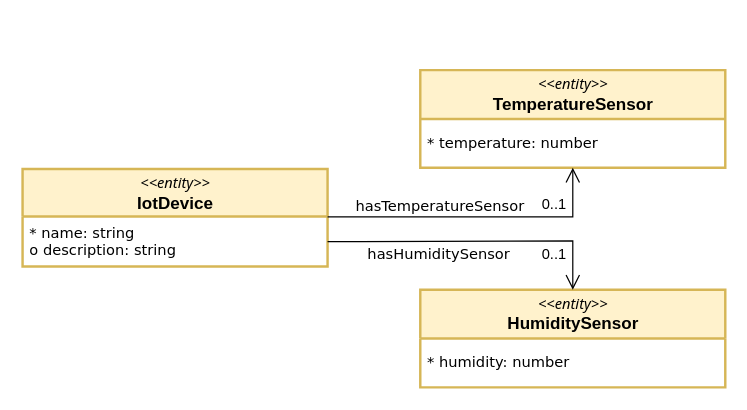
The draw.io diagram page "schema" (1 of 3) of resources/images/iot-sensors-information-model.drawio in giros-dit/ngsi-ld-client-tester, before the edit. Source tidied: cells renumbered, new cells numbered last; positions are measured from the earlier drawing's top-left corner, leaving out a move shared by most shapes. Both pictures are drawn from the tidied source at 122%, with x=0, y=0 at pixel (22, 70).
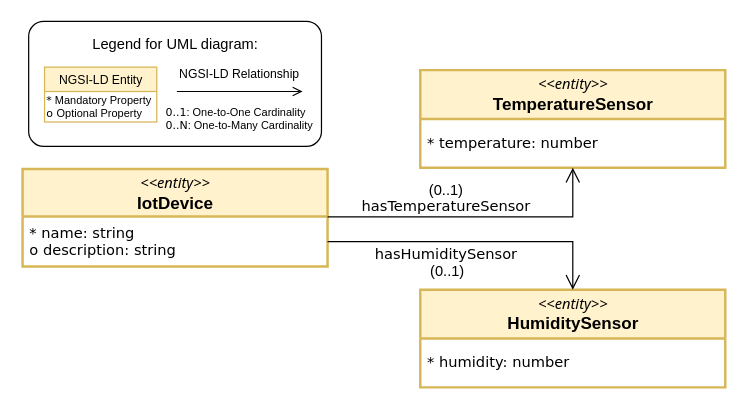
The same page after the edit.

The change refers to these unchanged cells:
```xml
<mxCell id="5" value="* temperature: number" style="align=left;strokeColor=none;fillColor=none;spacingLeft=4;fontSize=12;verticalAlign=middle;spacingBottom=0;html=1;fontFamily=Verdana;spacing=2;horizontal=1;" parent="4" vertex="1">
  <mxGeometry y="40" width="250" height="40" as="geometry" />
</mxCell>
```

What changed in the source:
```diff
@@
-    <mxCell id="0" />
-    <mxCell id="1" parent="0" />
+    <mxCell id="14" />
+    <mxCell id="15" parent="14" />
-    <mxCell id="2" value="&lt;font face=&quot;Tahoma&quot;&gt;&lt;i style=&quot;&quot;&gt;&lt;font style=&quot;font-size: 12px;&quot;&gt;&amp;lt;&amp;lt;entity&amp;gt;&amp;gt;&lt;/font&gt;&lt;/i&gt;&lt;br&gt;&lt;/font&gt;&lt;b&gt;IotDevice&lt;/b&gt;" style="swimlane;horizontal=1;startSize=39;rounded=0;fontSize=14;fontStyle=0;strokeWidth=2;shadow=0;dashed=0;align=center;fillColor=#fff2cc;strokeColor=#d6b656;arcSize=19;spacingBottom=2;html=1;" parent="1" vertex="1">
+    <mxCell id="2" value="&lt;font face=&quot;Tahoma&quot;&gt;&lt;i style=&quot;&quot;&gt;&lt;font style=&quot;font-size: 12px;&quot;&gt;&amp;lt;&amp;lt;entity&amp;gt;&amp;gt;&lt;/font&gt;&lt;/i&gt;&lt;br&gt;&lt;/font&gt;&lt;b&gt;IotDevice&lt;/b&gt;" style="swimlane;horizontal=1;startSize=39;rounded=0;fontSize=14;fontStyle=0;strokeWidth=2;shadow=0;dashed=0;align=center;fillColor=#fff2cc;strokeColor=#d6b656;arcSize=19;spacingBottom=2;html=1;" parent="15" vertex="1">
       <mxGeometry y="81" width="250" height="80" as="geometry" />
     </mxCell>
-    <mxCell id="3" value="&lt;div style=&quot;&quot;&gt;&lt;span style=&quot;&quot;&gt;* name: string&lt;/span&gt;&lt;/div&gt;&lt;div style=&quot;text-align: center;&quot;&gt;&lt;span style=&quot;background-color: rgb(255, 255, 255); text-align: left;&quot;&gt;o&lt;/span&gt;&lt;span style=&quot;background-color: rgb(255, 255, 255); text-align: left;&quot;&gt;&amp;nbsp;&lt;/span&gt;&lt;span style=&quot;text-align: left;&quot;&gt;description: string&lt;/span&gt;&lt;br&gt;&lt;/div&gt;" style="align=left;strokeColor=none;fillColor=none;spacingLeft=4;fontSize=12;verticalAlign=top;html=1;fontFamily=Verdana;" parent="2" vertex="1">
+    <mxCell id="3" value="* name: string&lt;br&gt;o description: string" style="align=left;strokeColor=none;fillColor=none;spacingLeft=4;fontSize=12;verticalAlign=top;html=1;fontFamily=Verdana;" parent="2" vertex="1">
       <mxGeometry y="39" width="250" height="41" as="geometry" />
     </mxCell>
-    <mxCell id="4" value="&lt;font style=&quot;font-size: 12px;&quot; face=&quot;Tahoma&quot;&gt;&amp;lt;&amp;lt;entity&amp;gt;&amp;gt;&lt;/font&gt;&lt;br&gt;&lt;span style=&quot;font-style: normal;&quot;&gt;&lt;b&gt;TemperatureSensor&lt;/b&gt;&lt;/span&gt;" style="swimlane;horizontal=1;startSize=40;rounded=0;fontSize=14;fontStyle=2;strokeWidth=2;shadow=0;dashed=0;align=center;fillColor=#fff2cc;strokeColor=#d6b656;spacingBottom=2;arcSize=19;fixDash=0;backgroundOutline=0;enumerate=0;noLabel=0;html=1;" parent="1" vertex="1">
+    <mxCell id="4" value="&lt;font style=&quot;font-size: 12px;&quot; face=&quot;Tahoma&quot;&gt;&amp;lt;&amp;lt;entity&amp;gt;&amp;gt;&lt;/font&gt;&lt;br&gt;&lt;span style=&quot;font-style: normal;&quot;&gt;&lt;b&gt;TemperatureSensor&lt;/b&gt;&lt;/span&gt;" style="swimlane;horizontal=1;startSize=40;rounded=0;fontSize=14;fontStyle=2;strokeWidth=2;shadow=0;dashed=0;align=center;fillColor=#fff2cc;strokeColor=#d6b656;spacingBottom=2;arcSize=19;fixDash=0;backgroundOutline=0;enumerate=0;noLabel=0;html=1;" parent="15" vertex="1">
       <mxGeometry x="326" width="250" height="80" as="geometry" />
     </mxCell>
@@
-    <mxCell id="6" value="&lt;font style=&quot;font-size: 12px;&quot; face=&quot;Tahoma&quot;&gt;&amp;lt;&amp;lt;entity&amp;gt;&amp;gt;&lt;/font&gt;&lt;br&gt;&lt;span style=&quot;font-style: normal;&quot;&gt;&lt;b&gt;HumiditySensor&lt;/b&gt;&lt;/span&gt;" style="swimlane;horizontal=1;startSize=40;rounded=0;fontSize=14;fontStyle=2;strokeWidth=2;shadow=0;dashed=0;align=center;fillColor=#fff2cc;strokeColor=#d6b656;spacingBottom=2;arcSize=19;fixDash=0;backgroundOutline=0;enumerate=0;noLabel=0;html=1;" parent="1" vertex="1">
+    <mxCell id="6" value="&lt;font style=&quot;font-size: 12px;&quot; face=&quot;Tahoma&quot;&gt;&amp;lt;&amp;lt;entity&amp;gt;&amp;gt;&lt;/font&gt;&lt;br&gt;&lt;span style=&quot;font-style: normal;&quot;&gt;&lt;b&gt;HumiditySensor&lt;/b&gt;&lt;/span&gt;" style="swimlane;horizontal=1;startSize=40;rounded=0;fontSize=14;fontStyle=2;strokeWidth=2;shadow=0;dashed=0;align=center;fillColor=#fff2cc;strokeColor=#d6b656;spacingBottom=2;arcSize=19;fixDash=0;backgroundOutline=0;enumerate=0;noLabel=0;html=1;" parent="15" vertex="1">
       <mxGeometry x="326" y="180" width="250" height="80" as="geometry" />
     </mxCell>
@@
-    <mxCell id="8" style="edgeStyle=orthogonalEdgeStyle;rounded=0;jettySize=auto;html=1;exitX=1;exitY=0.25;exitDx=0;exitDy=0;endArrow=open;endFill=0;startSize=4;endSize=10;entryX=0.5;entryY=1;entryDx=0;entryDy=0;" parent="1" edge="1" target="5">
-      <mxGeometry relative="1" as="geometry">
-        <mxPoint x="250" y="120.2" as="sourcePoint" />
-        <Array as="points">
-          <mxPoint x="451" y="120" />
-        </Array>
-      </mxGeometry>
-    </mxCell>
+    <mxCell id="16" style="edgeStyle=orthogonalEdgeStyle;rounded=0;jumpSize=8;jettySize=auto;html=1;fontFamily=Verdana;fontSize=12;fontColor=#000000;startArrow=open;startFill=0;endArrow=none;endFill=0;startSize=10;endSize=4;exitX=0.5;exitY=0;exitDx=0;exitDy=0;strokeWidth=1;entryX=1;entryY=0.5;entryDx=0;entryDy=0;" parent="15" edge="1" source="6" target="3">
+      <mxGeometry x="0.2" y="10" relative="1" as="geometry">
+        <Array as="points">
+          <mxPoint x="451" y="140" />
+          <mxPoint x="250" y="140" />
+        </Array>
+      </mxGeometry>
+    </mxCell>
+    <mxCell id="17" style="edgeStyle=orthogonalEdgeStyle;rounded=0;jettySize=auto;html=1;exitX=1;exitY=0.25;exitDx=0;exitDy=0;entryX=0.5;entryY=1;entryDx=0;entryDy=0;endArrow=open;endFill=0;startSize=4;endSize=10;" parent="15" edge="1" target="5">
+      <mxGeometry relative="1" as="geometry">
+        <mxPoint x="250" y="120.2" as="sourcePoint" />
+        <Array as="points">
+          <mxPoint x="451" y="120" />
+        </Array>
+      </mxGeometry>
+    </mxCell>
-    <mxCell id="9" value="&lt;font face=&quot;Verdana&quot; style=&quot;font-size: 12px;&quot;&gt;hasTemperatureSensor&lt;/font&gt;" style="edgeLabel;html=1;align=center;verticalAlign=middle;" parent="8" vertex="1">
+    <mxCell id="9" value="&lt;font face=&quot;Verdana&quot; style=&quot;font-size: 12px;&quot;&gt;hasTemperatureSensor&lt;/font&gt;" style="edgeLabel;html=1;align=center;verticalAlign=middle;" parent="17" vertex="1">
       <mxGeometry x="0.01" y="1" relative="1" as="geometry">
-        <mxPoint x="-31" y="-8" as="offset" />
+        <mxPoint x="-26" y="-8" as="offset" />
       </mxGeometry>
     </mxCell>
-    <mxCell id="10" value="0..1" style="text;html=1;strokeColor=none;fillColor=none;align=center;verticalAlign=middle;whiteSpace=wrap;rounded=0;" parent="1" vertex="1">
-      <mxGeometry x="426" y="100" width="20" height="20" as="geometry" />
-    </mxCell>
-    <mxCell id="11" style="edgeStyle=orthogonalEdgeStyle;rounded=0;jettySize=auto;html=1;exitX=1;exitY=0.5;exitDx=0;exitDy=0;entryX=0.5;entryY=0;entryDx=0;entryDy=0;endArrow=open;endFill=0;startSize=4;endSize=10;" parent="1" edge="1" source="3" target="6">
-      <mxGeometry relative="1" as="geometry">
-        <Array as="points">
-          <mxPoint x="276" y="141" />
-          <mxPoint x="451" y="140" />
-        </Array>
-      </mxGeometry>
-    </mxCell>
-    <mxCell id="12" value="&lt;font face=&quot;Verdana&quot; style=&quot;font-size: 12px;&quot;&gt;hasHumiditySensor&lt;/font&gt;" style="edgeLabel;html=1;align=center;verticalAlign=middle;" parent="11" vertex="1">
-      <mxGeometry x="0.01" y="1" relative="1" as="geometry">
-        <mxPoint x="-31" y="11" as="offset" />
-      </mxGeometry>
+    <mxCell id="12" value="&lt;font face=&quot;Verdana&quot; style=&quot;font-size: 12px;&quot;&gt;hasHumiditySensor&lt;/font&gt;" style="edgeLabel;html=1;align=center;verticalAlign=middle;" parent="15" vertex="1">
+      <mxGeometry x="346" y="150" as="geometry" />
     </mxCell>
-    <mxCell id="13" value="0..1" style="text;html=1;strokeColor=none;fillColor=none;align=center;verticalAlign=middle;whiteSpace=wrap;rounded=0;" parent="1" vertex="1">
-      <mxGeometry x="426" y="141" width="20" height="20" as="geometry" />
-    </mxCell>
+    <mxCell id="18" value="&lt;font face=&quot;Helvetica&quot; style=&quot;font-size: 12px;&quot;&gt;(0..1)&lt;/font&gt;" style="edgeLabel;html=1;align=center;verticalAlign=middle;" parent="15" vertex="1">
+      <mxGeometry x="346" y="98" as="geometry" />
+    </mxCell>
+    <mxCell id="19" value="&lt;font face=&quot;Helvetica&quot; style=&quot;font-size: 12px;&quot;&gt;(0..1)&lt;/font&gt;" style="edgeLabel;html=1;align=center;verticalAlign=middle;" parent="15" vertex="1">
+      <mxGeometry x="354" y="116" as="geometry">
+        <mxPoint x="-7" y="48" as="offset" />
+      </mxGeometry>
+    </mxCell>
+    <mxCell id="20" style="rounded=1;whiteSpace=wrap;html=1;arcSize=12;" parent="15" vertex="1">
+      <mxGeometry x="5" y="-40" width="240" height="102.5" as="geometry" />
+    </mxCell>
+    <mxCell id="21" value="Legend for UML diagram:" style="text;html=1;align=center;verticalAlign=middle;whiteSpace=wrap;rounded=0;" parent="15" vertex="1">
+      <mxGeometry x="47.5" y="-36" width="155" height="30" as="geometry" />
+    </mxCell>
+    <mxCell id="22" value="&lt;font style=&quot;font-size: 10px;&quot;&gt;NGSI-LD Entity&lt;/font&gt;" style="swimlane;horizontal=1;startSize=38;rounded=0;fontSize=14;fontStyle=0;strokeWidth=1;shadow=0;dashed=0;align=center;fillColor=#fff2cc;strokeColor=#d6b656;spacingBottom=2;arcSize=19;fixDash=0;backgroundOutline=0;enumerate=0;noLabel=0;html=1;" parent="15" vertex="1">
+      <mxGeometry x="18" y="-2.5" width="92" height="20" as="geometry" />
+    </mxCell>
+    <mxCell id="23" value="&lt;div style=&quot;font-size: 11px;&quot;&gt;&lt;br&gt;&lt;/div&gt;" style="align=left;strokeColor=#d6b656;fillColor=#FFFFFF;spacingLeft=4;fontSize=12;verticalAlign=top;spacingBottom=0;html=1;fontFamily=Verdana;spacing=2;horizontal=1;" parent="15" vertex="1">
+      <mxGeometry x="18" y="17.5" width="92" height="25" as="geometry" />
+    </mxCell>
+    <mxCell id="24" value="&lt;div style=&quot;text-align: left; font-size: 9px;&quot;&gt;&lt;font style=&quot;font-size: 9px;&quot;&gt;&lt;span style=&quot;background-color: initial; text-wrap: nowrap; font-family: Verdana;&quot;&gt;*&lt;/span&gt;&lt;span style=&quot;background-color: initial;&quot;&gt;&amp;nbsp;Mandatory Property&lt;/span&gt;&lt;/font&gt;&lt;/div&gt;&lt;div style=&quot;text-align: left; font-size: 9px;&quot;&gt;&lt;font style=&quot;font-size: 9px;&quot;&gt;&lt;span style=&quot;font-family: Verdana; text-wrap: nowrap; background-color: initial;&quot;&gt;&lt;font style=&quot;font-size: 9px;&quot;&gt;o&amp;nbsp;&lt;/font&gt;&lt;/span&gt;&lt;span style=&quot;background-color: initial;&quot;&gt;Optional Property&lt;/span&gt;&lt;/font&gt;&lt;br style=&quot;font-family: Verdana; text-align: left; text-wrap: nowrap; font-size: 5px;&quot;&gt;&lt;/div&gt;" style="text;html=1;align=center;verticalAlign=middle;whiteSpace=wrap;rounded=0;fontSize=5;" parent="15" vertex="1">
+      <mxGeometry x="18" y="24.5" width="90" height="10" as="geometry" />
+    </mxCell>
+    <mxCell id="25" value="&lt;div style=&quot;text-align: left;&quot;&gt;&lt;span style=&quot;text-wrap: nowrap;&quot;&gt;&lt;font style=&quot;font-size: 10px;&quot; face=&quot;Helvetica&quot;&gt;NGSI-LD Relationship&lt;/font&gt;&lt;/span&gt;&lt;/div&gt;" style="text;html=1;align=center;verticalAlign=middle;whiteSpace=wrap;rounded=0;fontSize=5;" parent="15" vertex="1">
+      <mxGeometry x="133" y="-2.5" width="90" height="10" as="geometry" />
+    </mxCell>
+    <mxCell id="26" value="&lt;div style=&quot;text-align: left; font-size: 9px;&quot;&gt;&lt;font style=&quot;font-size: 9px;&quot;&gt;&lt;span style=&quot;background-color: initial;&quot;&gt;&lt;span style=&quot;text-wrap: nowrap;&quot;&gt;&lt;font style=&quot;font-size: 9px;&quot; face=&quot;Verdana&quot;&gt;0..1&lt;/font&gt;:&amp;nbsp;&lt;/span&gt;One-to-One Cardinality&lt;/span&gt;&lt;/font&gt;&lt;/div&gt;&lt;div style=&quot;text-align: left; font-size: 9px;&quot;&gt;&lt;font style=&quot;font-size: 9px;&quot;&gt;&lt;span style=&quot;text-wrap: nowrap; background-color: initial;&quot;&gt;&lt;font style=&quot;font-size: 9px;&quot;&gt;&lt;font style=&quot;font-size: 9px;&quot; face=&quot;Verdana&quot;&gt;0..N&lt;/font&gt;: One-to-Many Cardinality&lt;/font&gt;&lt;/span&gt;&lt;/font&gt;&lt;br style=&quot;font-family: Verdana; text-align: left; text-wrap: nowrap; font-size: 5px;&quot;&gt;&lt;/div&gt;" style="text;html=1;align=center;verticalAlign=middle;whiteSpace=wrap;rounded=0;fontSize=5;" parent="15" vertex="1">
+      <mxGeometry x="123" y="24.5" width="110" height="30" as="geometry" />
+    </mxCell>
+    <mxCell id="27" style="endArrow=open;html=1;rounded=0;endFill=0;" parent="15" edge="1">
+      <mxGeometry relative="1" as="geometry">
+        <mxPoint x="126.5" y="17.5" as="sourcePoint" />
+        <mxPoint x="229.5" y="17.5" as="targetPoint" />
+      </mxGeometry>
+    </mxCell>
```
